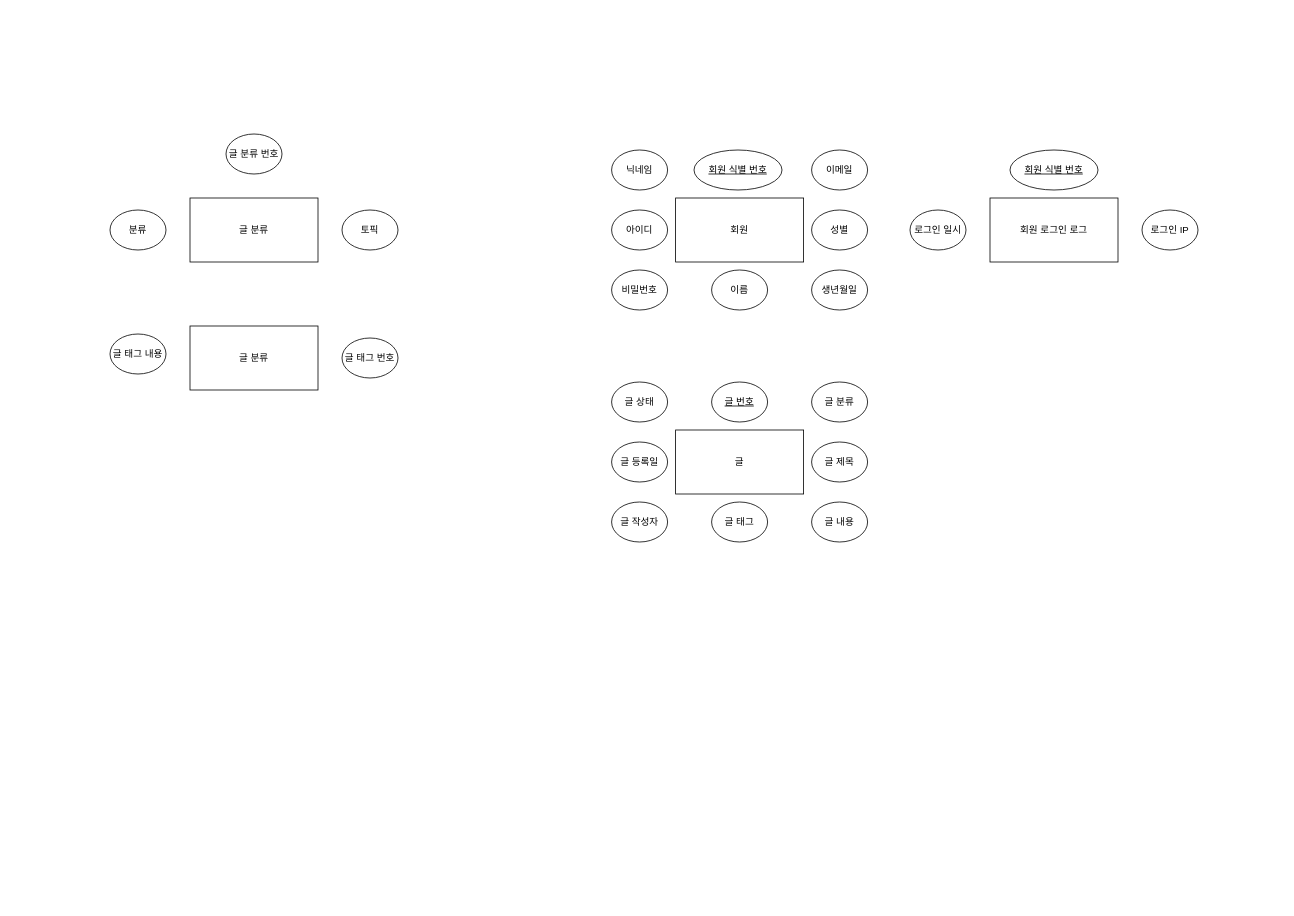
This is 제목 없는 다이어그램.drawio from hbkuk/MaumgagymProject1, a draw.io file, before an edit. Source tidied: cells renumbered, new cells numbered last; positions are measured from the earlier drawing's top-left corner, leaving out a move shared by most shapes. Both pictures are drawn from the tidied source at 80%, with x=0, y=0 at pixel (110, 134).
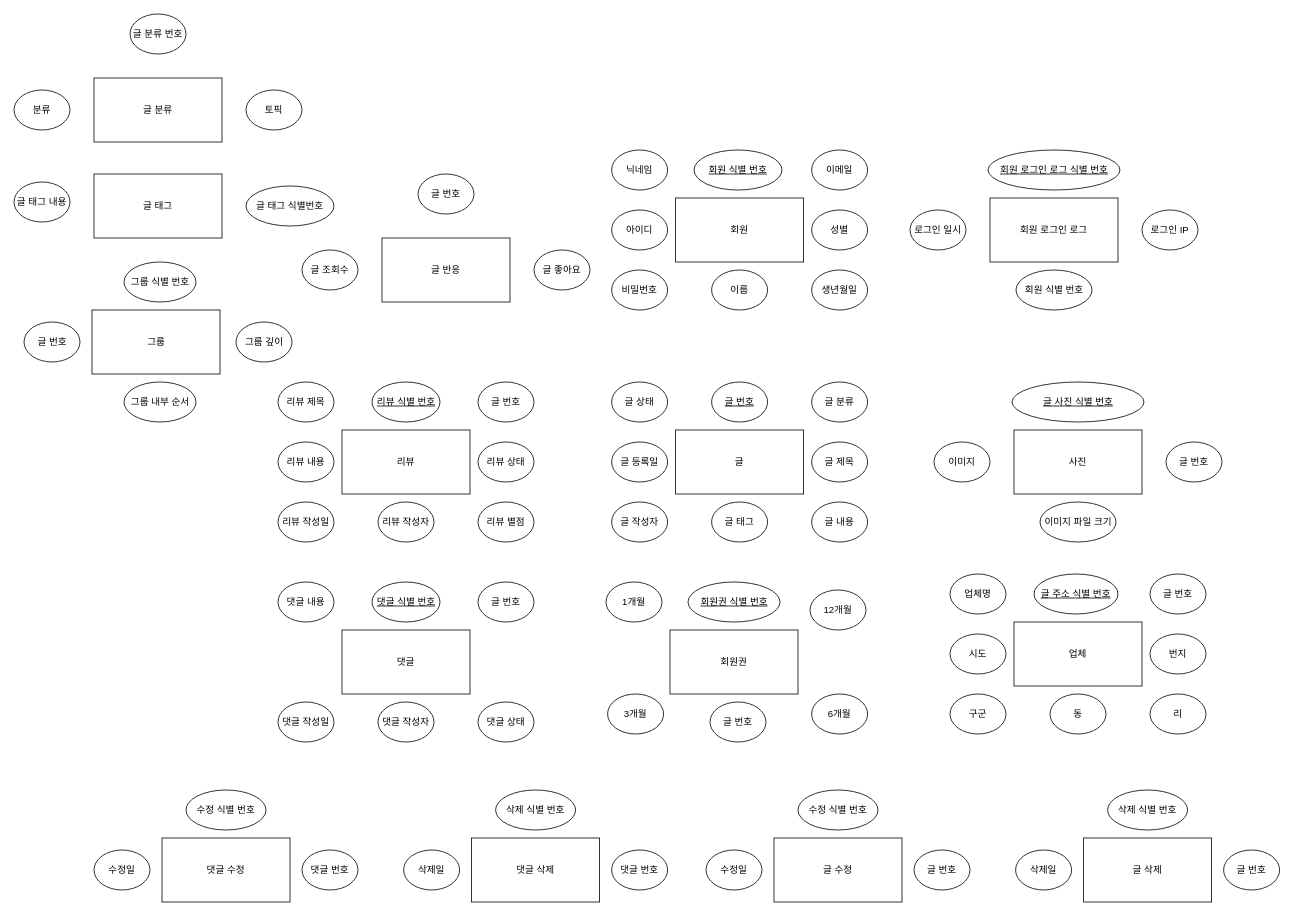
The same diagram, later.

Commit message (it also covers changes not shown here):
제목 없는 다이어그램.drawio 업데이트

What changed in the source:
```diff
@@
     <mxCell id="11" value="글 분류" style="rounded=0;whiteSpace=wrap;html=1;" parent="1" vertex="1">
-      <mxGeometry x="100" y="80" width="160" height="80" as="geometry" />
+      <mxGeometry x="-20" y="-70" width="160" height="80" as="geometry" />
     </mxCell>
     <mxCell id="12" value="글 분류 번호" style="ellipse;whiteSpace=wrap;html=1;" parent="1" vertex="1">
-      <mxGeometry x="145" width="70" height="50" as="geometry" />
+      <mxGeometry x="25" y="-150" width="70" height="50" as="geometry" />
     </mxCell>
     <mxCell id="13" value="분류" style="ellipse;whiteSpace=wrap;html=1;" parent="1" vertex="1">
-      <mxGeometry y="95" width="70" height="50" as="geometry" />
+      <mxGeometry x="-120" y="-55" width="70" height="50" as="geometry" />
     </mxCell>
     <mxCell id="14" value="토픽" style="ellipse;whiteSpace=wrap;html=1;" parent="1" vertex="1">
-      <mxGeometry x="290" y="95" width="70" height="50" as="geometry" />
+      <mxGeometry x="170" y="-55" width="70" height="50" as="geometry" />
     </mxCell>
-    <mxCell id="15" value="글 분류" style="rounded=0;whiteSpace=wrap;html=1;" parent="1" vertex="1">
-      <mxGeometry x="100" y="240" width="160" height="80" as="geometry" />
+    <mxCell id="15" value="글 태그" style="rounded=0;whiteSpace=wrap;html=1;" parent="1" vertex="1">
+      <mxGeometry x="-20" y="50" width="160" height="80" as="geometry" />
     </mxCell>
-    <mxCell id="16" value="글 태그 번호" style="ellipse;whiteSpace=wrap;html=1;" parent="1" vertex="1">
-      <mxGeometry x="290" y="255" width="70" height="50" as="geometry" />
+    <mxCell id="16" value="글 태그 식별번호" style="ellipse;whiteSpace=wrap;html=1;" parent="1" vertex="1">
+      <mxGeometry x="170" y="65" width="110" height="50" as="geometry" />
     </mxCell>
     <mxCell id="17" value="글 태그 내용" style="ellipse;whiteSpace=wrap;html=1;" parent="1" vertex="1">
-      <mxGeometry y="250" width="70" height="50" as="geometry" />
+      <mxGeometry x="-120" y="60" width="70" height="50" as="geometry" />
     </mxCell>
@@
-    <mxCell id="30" value="&lt;u&gt;회원 식별 번호&lt;/u&gt;" style="ellipse;whiteSpace=wrap;html=1;" parent="1" vertex="1">
-      <mxGeometry x="1125" y="20" width="110" height="50" as="geometry" />
+    <mxCell id="30" value="&lt;u&gt;회원 로그인 로그 식별 번호&lt;/u&gt;" style="ellipse;whiteSpace=wrap;html=1;" parent="1" vertex="1">
+      <mxGeometry x="1097.5" y="20" width="165" height="50" as="geometry" />
     </mxCell>
+    <mxCell id="31" value="회원 식별 번호" style="ellipse;whiteSpace=wrap;html=1;" parent="1" vertex="1">
+      <mxGeometry x="1132.5" y="170" width="95" height="50" as="geometry" />
+    </mxCell>
+    <mxCell id="32" value="리뷰" style="rounded=0;whiteSpace=wrap;html=1;" parent="1" vertex="1">
+      <mxGeometry x="290" y="370" width="160" height="80" as="geometry" />
+    </mxCell>
+    <mxCell id="33" value="&lt;u&gt;리뷰 식별 번호&lt;/u&gt;" style="ellipse;whiteSpace=wrap;html=1;" parent="1" vertex="1">
+      <mxGeometry x="327.5" y="310" width="85" height="50" as="geometry" />
+    </mxCell>
+    <mxCell id="34" value="글 번호" style="ellipse;whiteSpace=wrap;html=1;" parent="1" vertex="1">
+      <mxGeometry x="460" y="310" width="70" height="50" as="geometry" />
+    </mxCell>
+    <mxCell id="35" value="리뷰 상태" style="ellipse;whiteSpace=wrap;html=1;" parent="1" vertex="1">
+      <mxGeometry x="460" y="385" width="70" height="50" as="geometry" />
+    </mxCell>
+    <mxCell id="36" value="리뷰 별점" style="ellipse;whiteSpace=wrap;html=1;" parent="1" vertex="1">
+      <mxGeometry x="460" y="460" width="70" height="50" as="geometry" />
+    </mxCell>
+    <mxCell id="37" value="리뷰 작성자" style="ellipse;whiteSpace=wrap;html=1;" parent="1" vertex="1">
+      <mxGeometry x="335" y="460" width="70" height="50" as="geometry" />
+    </mxCell>
+    <mxCell id="38" value="리뷰 작성일" style="ellipse;whiteSpace=wrap;html=1;" parent="1" vertex="1">
+      <mxGeometry x="210" y="460" width="70" height="50" as="geometry" />
+    </mxCell>
+    <mxCell id="39" value="리뷰 내용" style="ellipse;whiteSpace=wrap;html=1;" parent="1" vertex="1">
+      <mxGeometry x="210" y="385" width="70" height="50" as="geometry" />
+    </mxCell>
+    <mxCell id="40" value="리뷰 제목" style="ellipse;whiteSpace=wrap;html=1;" parent="1" vertex="1">
+      <mxGeometry x="210" y="310" width="70" height="50" as="geometry" />
+    </mxCell>
+    <mxCell id="41" value="댓글" style="rounded=0;whiteSpace=wrap;html=1;" parent="1" vertex="1">
+      <mxGeometry x="290" y="620" width="160" height="80" as="geometry" />
+    </mxCell>
+    <mxCell id="42" value="&lt;u&gt;댓글 식별 번호&lt;/u&gt;" style="ellipse;whiteSpace=wrap;html=1;" parent="1" vertex="1">
+      <mxGeometry x="327.5" y="560" width="85" height="50" as="geometry" />
+    </mxCell>
+    <mxCell id="43" value="글 번호" style="ellipse;whiteSpace=wrap;html=1;" parent="1" vertex="1">
+      <mxGeometry x="460" y="560" width="70" height="50" as="geometry" />
+    </mxCell>
+    <mxCell id="44" value="댓글 상태" style="ellipse;whiteSpace=wrap;html=1;" parent="1" vertex="1">
+      <mxGeometry x="460" y="710" width="70" height="50" as="geometry" />
+    </mxCell>
+    <mxCell id="45" value="댓글 작성자" style="ellipse;whiteSpace=wrap;html=1;" parent="1" vertex="1">
+      <mxGeometry x="335" y="710" width="70" height="50" as="geometry" />
+    </mxCell>
+    <mxCell id="46" value="댓글 작성일" style="ellipse;whiteSpace=wrap;html=1;" parent="1" vertex="1">
+      <mxGeometry x="210" y="710" width="70" height="50" as="geometry" />
+    </mxCell>
+    <mxCell id="47" value="댓글 내용" style="ellipse;whiteSpace=wrap;html=1;" parent="1" vertex="1">
+      <mxGeometry x="210" y="560" width="70" height="50" as="geometry" />
+    </mxCell>
+    <mxCell id="48" value="댓글 수정" style="rounded=0;whiteSpace=wrap;html=1;" parent="1" vertex="1">
+      <mxGeometry x="65" y="880" width="160" height="80" as="geometry" />
+    </mxCell>
+    <mxCell id="49" value="수정 식별 번호" style="ellipse;whiteSpace=wrap;html=1;" parent="1" vertex="1">
+      <mxGeometry x="95" y="820" width="100" height="50" as="geometry" />
+    </mxCell>
+    <mxCell id="50" value="수정일" style="ellipse;whiteSpace=wrap;html=1;" parent="1" vertex="1">
+      <mxGeometry x="-20" y="895" width="70" height="50" as="geometry" />
+    </mxCell>
+    <mxCell id="51" value="댓글 번호" style="ellipse;whiteSpace=wrap;html=1;" parent="1" vertex="1">
+      <mxGeometry x="240" y="895" width="70" height="50" as="geometry" />
+    </mxCell>
+    <mxCell id="52" value="댓글 삭제" style="rounded=0;whiteSpace=wrap;html=1;" parent="1" vertex="1">
+      <mxGeometry x="452" y="880" width="160" height="80" as="geometry" />
+    </mxCell>
+    <mxCell id="53" value="삭제 식별 번호" style="ellipse;whiteSpace=wrap;html=1;" parent="1" vertex="1">
+      <mxGeometry x="482" y="820" width="100" height="50" as="geometry" />
+    </mxCell>
+    <mxCell id="54" value="삭제일" style="ellipse;whiteSpace=wrap;html=1;" parent="1" vertex="1">
+      <mxGeometry x="367" y="895" width="70" height="50" as="geometry" />
+    </mxCell>
+    <mxCell id="55" value="댓글 번호" style="ellipse;whiteSpace=wrap;html=1;" parent="1" vertex="1">
+      <mxGeometry x="627" y="895" width="70" height="50" as="geometry" />
+    </mxCell>
+    <mxCell id="56" value="그룹" style="rounded=0;whiteSpace=wrap;html=1;" parent="1" vertex="1">
+      <mxGeometry x="-22.5" y="220" width="160" height="80" as="geometry" />
+    </mxCell>
+    <mxCell id="57" value="그룹 식별 번호" style="ellipse;whiteSpace=wrap;html=1;" parent="1" vertex="1">
+      <mxGeometry x="17.5" y="160" width="90" height="50" as="geometry" />
+    </mxCell>
+    <mxCell id="58" value="글 번호" style="ellipse;whiteSpace=wrap;html=1;" parent="1" vertex="1">
+      <mxGeometry x="-107.5" y="235" width="70" height="50" as="geometry" />
+    </mxCell>
+    <mxCell id="59" value="그룹 깊이" style="ellipse;whiteSpace=wrap;html=1;" parent="1" vertex="1">
+      <mxGeometry x="157.5" y="235" width="70" height="50" as="geometry" />
+    </mxCell>
+    <mxCell id="60" value="그룹 내부 순서" style="ellipse;whiteSpace=wrap;html=1;" parent="1" vertex="1">
+      <mxGeometry x="17.5" y="310" width="90" height="50" as="geometry" />
+    </mxCell>
+    <mxCell id="61" value="글 수정" style="rounded=0;whiteSpace=wrap;html=1;" parent="1" vertex="1">
+      <mxGeometry x="830" y="880" width="160" height="80" as="geometry" />
+    </mxCell>
+    <mxCell id="62" value="수정 식별 번호" style="ellipse;whiteSpace=wrap;html=1;" parent="1" vertex="1">
+      <mxGeometry x="860" y="820" width="100" height="50" as="geometry" />
+    </mxCell>
+    <mxCell id="63" value="수정일" style="ellipse;whiteSpace=wrap;html=1;" parent="1" vertex="1">
+      <mxGeometry x="745" y="895" width="70" height="50" as="geometry" />
+    </mxCell>
+    <mxCell id="64" value="글 번호" style="ellipse;whiteSpace=wrap;html=1;" parent="1" vertex="1">
+      <mxGeometry x="1005" y="895" width="70" height="50" as="geometry" />
+    </mxCell>
+    <mxCell id="65" value="글 삭제" style="rounded=0;whiteSpace=wrap;html=1;" parent="1" vertex="1">
+      <mxGeometry x="1217" y="880" width="160" height="80" as="geometry" />
+    </mxCell>
+    <mxCell id="66" value="삭제 식별 번호" style="ellipse;whiteSpace=wrap;html=1;" parent="1" vertex="1">
+      <mxGeometry x="1247" y="820" width="100" height="50" as="geometry" />
+    </mxCell>
+    <mxCell id="67" value="삭제일" style="ellipse;whiteSpace=wrap;html=1;" parent="1" vertex="1">
+      <mxGeometry x="1132" y="895" width="70" height="50" as="geometry" />
+    </mxCell>
+    <mxCell id="68" value="글 번호" style="ellipse;whiteSpace=wrap;html=1;" parent="1" vertex="1">
+      <mxGeometry x="1392" y="895" width="70" height="50" as="geometry" />
+    </mxCell>
+    <mxCell id="69" value="회원권" style="rounded=0;whiteSpace=wrap;html=1;" parent="1" vertex="1">
+      <mxGeometry x="700" y="620" width="160" height="80" as="geometry" />
+    </mxCell>
+    <mxCell id="70" value="&lt;u&gt;회원권 식별 번호&lt;/u&gt;" style="ellipse;whiteSpace=wrap;html=1;" parent="1" vertex="1">
+      <mxGeometry x="722.5" y="560" width="115" height="50" as="geometry" />
+    </mxCell>
+    <mxCell id="71" value="글 번호" style="ellipse;whiteSpace=wrap;html=1;" parent="1" vertex="1">
+      <mxGeometry x="750" y="710" width="70" height="50" as="geometry" />
+    </mxCell>
+    <mxCell id="72" value="12개월" style="ellipse;whiteSpace=wrap;html=1;" parent="1" vertex="1">
+      <mxGeometry x="875" y="570" width="70" height="50" as="geometry" />
+    </mxCell>
+    <mxCell id="73" value="6개월" style="ellipse;whiteSpace=wrap;html=1;" parent="1" vertex="1">
+      <mxGeometry x="877" y="700" width="70" height="50" as="geometry" />
+    </mxCell>
+    <mxCell id="74" value="3개월" style="ellipse;whiteSpace=wrap;html=1;" parent="1" vertex="1">
+      <mxGeometry x="622" y="700" width="70" height="50" as="geometry" />
+    </mxCell>
+    <mxCell id="75" value="1개월" style="ellipse;whiteSpace=wrap;html=1;" parent="1" vertex="1">
+      <mxGeometry x="620" y="560" width="70" height="50" as="geometry" />
+    </mxCell>
+    <mxCell id="76" value="업체" style="rounded=0;whiteSpace=wrap;html=1;" parent="1" vertex="1">
+      <mxGeometry x="1130" y="610" width="160" height="80" as="geometry" />
+    </mxCell>
+    <mxCell id="77" value="&lt;u&gt;글 주소 식별 번호&lt;/u&gt;" style="ellipse;whiteSpace=wrap;html=1;" parent="1" vertex="1">
+      <mxGeometry x="1155" y="550" width="105" height="50" as="geometry" />
+    </mxCell>
+    <mxCell id="78" value="글 번호" style="ellipse;whiteSpace=wrap;html=1;" parent="1" vertex="1">
+      <mxGeometry x="1300" y="550" width="70" height="50" as="geometry" />
+    </mxCell>
+    <mxCell id="79" value="번지" style="ellipse;whiteSpace=wrap;html=1;" parent="1" vertex="1">
+      <mxGeometry x="1300" y="625" width="70" height="50" as="geometry" />
+    </mxCell>
+    <mxCell id="80" value="리" style="ellipse;whiteSpace=wrap;html=1;" parent="1" vertex="1">
+      <mxGeometry x="1300" y="700" width="70" height="50" as="geometry" />
+    </mxCell>
+    <mxCell id="81" value="동" style="ellipse;whiteSpace=wrap;html=1;" parent="1" vertex="1">
+      <mxGeometry x="1175" y="700" width="70" height="50" as="geometry" />
+    </mxCell>
+    <mxCell id="82" value="구군" style="ellipse;whiteSpace=wrap;html=1;" parent="1" vertex="1">
+      <mxGeometry x="1050" y="700" width="70" height="50" as="geometry" />
+    </mxCell>
+    <mxCell id="83" value="시도" style="ellipse;whiteSpace=wrap;html=1;" parent="1" vertex="1">
+      <mxGeometry x="1050" y="625" width="70" height="50" as="geometry" />
+    </mxCell>
+    <mxCell id="84" value="업체명" style="ellipse;whiteSpace=wrap;html=1;" parent="1" vertex="1">
+      <mxGeometry x="1050" y="550" width="70" height="50" as="geometry" />
+    </mxCell>
+    <mxCell id="85" value="사진" style="rounded=0;whiteSpace=wrap;html=1;" parent="1" vertex="1">
+      <mxGeometry x="1130" y="370" width="160" height="80" as="geometry" />
+    </mxCell>
+    <mxCell id="86" value="이미지" style="ellipse;whiteSpace=wrap;html=1;" parent="1" vertex="1">
+      <mxGeometry x="1030" y="385" width="70" height="50" as="geometry" />
+    </mxCell>
+    <mxCell id="87" value="글 번호" style="ellipse;whiteSpace=wrap;html=1;" parent="1" vertex="1">
+      <mxGeometry x="1320" y="385" width="70" height="50" as="geometry" />
+    </mxCell>
+    <mxCell id="88" value="&lt;u&gt;글 사진 식별 번호&lt;/u&gt;" style="ellipse;whiteSpace=wrap;html=1;" parent="1" vertex="1">
+      <mxGeometry x="1127.5" y="310" width="165" height="50" as="geometry" />
+    </mxCell>
+    <mxCell id="89" value="이미지 파일 크기" style="ellipse;whiteSpace=wrap;html=1;" parent="1" vertex="1">
+      <mxGeometry x="1162.5" y="460" width="95" height="50" as="geometry" />
+    </mxCell>
+    <mxCell id="90" value="글 반응" style="rounded=0;whiteSpace=wrap;html=1;" parent="1" vertex="1">
+      <mxGeometry x="340" y="130" width="160" height="80" as="geometry" />
+    </mxCell>
+    <mxCell id="91" value="글 번호" style="ellipse;whiteSpace=wrap;html=1;" parent="1" vertex="1">
+      <mxGeometry x="385" y="50" width="70" height="50" as="geometry" />
+    </mxCell>
+    <mxCell id="92" value="글 조회수" style="ellipse;whiteSpace=wrap;html=1;" parent="1" vertex="1">
+      <mxGeometry x="240" y="145" width="70" height="50" as="geometry" />
+    </mxCell>
+    <mxCell id="93" value="글 좋아요" style="ellipse;whiteSpace=wrap;html=1;" parent="1" vertex="1">
+      <mxGeometry x="530" y="145" width="70" height="50" as="geometry" />
+    </mxCell>
```
